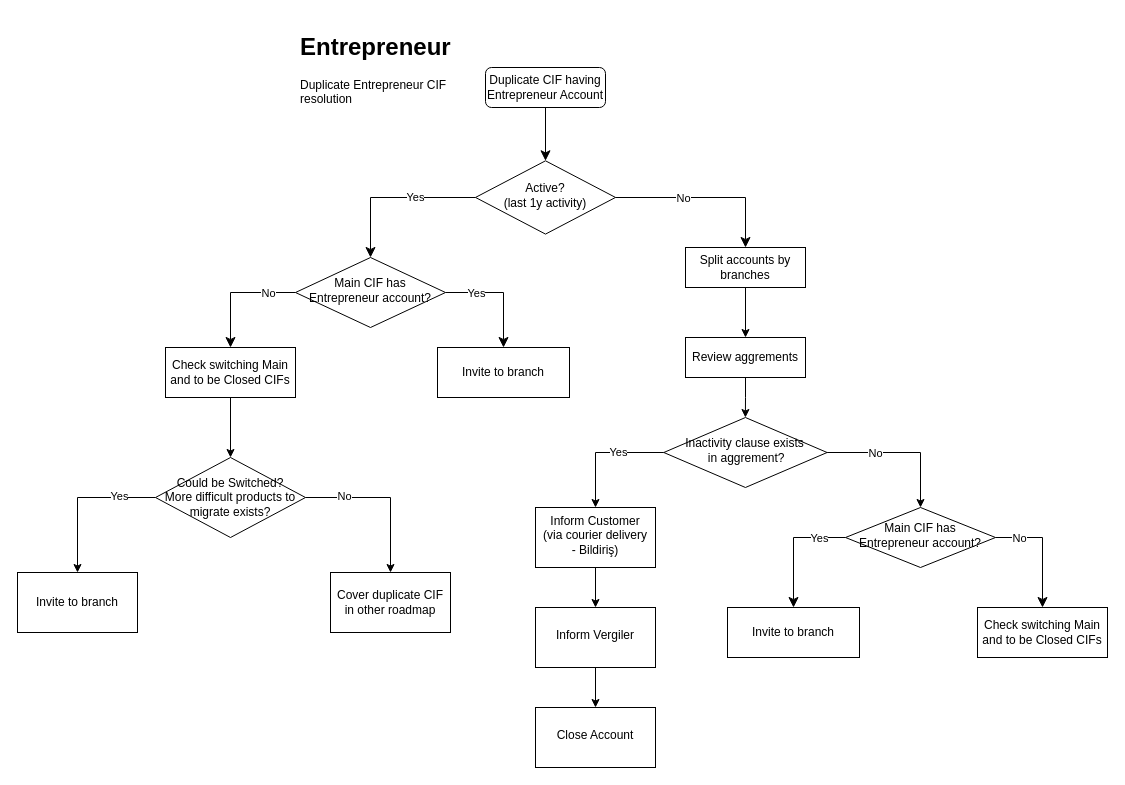
Before: Entrepreneur Dup.drawio in Sarkhan999/Diagrams, a draw.io diagram. Source tidied: cells renumbered, new cells numbered last; positions are measured from the earlier drawing's top-left corner, leaving out a move shared by most shapes. Both pictures are drawn from the tidied source at 100%, with x=0, y=0 at pixel (17, 27).
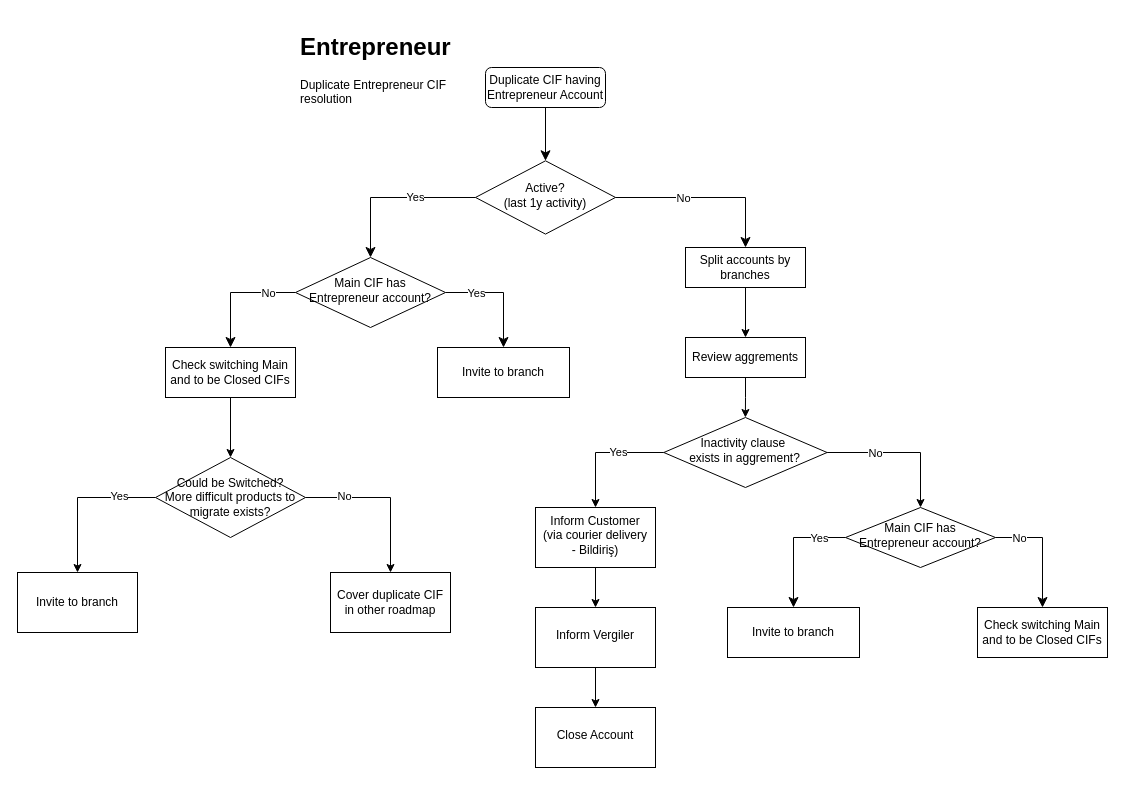
The same diagram, later.

What changed in the source:
```diff
@@
-    <mxCell id="26" value="&lt;div style=&quot;&quot;&gt;&lt;span style=&quot;background-color: initial;&quot;&gt;Inactivity clause exists&lt;/span&gt;&lt;/div&gt;&lt;div style=&quot;&quot;&gt;&lt;span style=&quot;background-color: initial;&quot;&gt;&amp;nbsp;in aggrement?&lt;/span&gt;&lt;/div&gt;" style="rhombus;whiteSpace=wrap;html=1;shadow=0;fontFamily=Helvetica;fontSize=12;align=center;strokeWidth=1;spacing=6;spacingTop=-4;verticalAlign=middle;horizontal=1;" parent="1" vertex="1">
+    <mxCell id="26" value="&lt;div style=&quot;&quot;&gt;&lt;span style=&quot;background-color: initial;&quot;&gt;Inactivity clause&amp;nbsp;&lt;/span&gt;&lt;/div&gt;&lt;div style=&quot;&quot;&gt;&lt;span style=&quot;background-color: initial;&quot;&gt;exists&amp;nbsp;&lt;/span&gt;&lt;span style=&quot;background-color: initial;&quot;&gt;in aggrement?&lt;/span&gt;&lt;/div&gt;" style="rhombus;whiteSpace=wrap;html=1;shadow=0;fontFamily=Helvetica;fontSize=12;align=center;strokeWidth=1;spacing=6;spacingTop=-4;verticalAlign=middle;horizontal=1;" parent="1" vertex="1">
       <mxGeometry x="646.3" y="390" width="163.3" height="70" as="geometry" />
     </mxCell>
```
